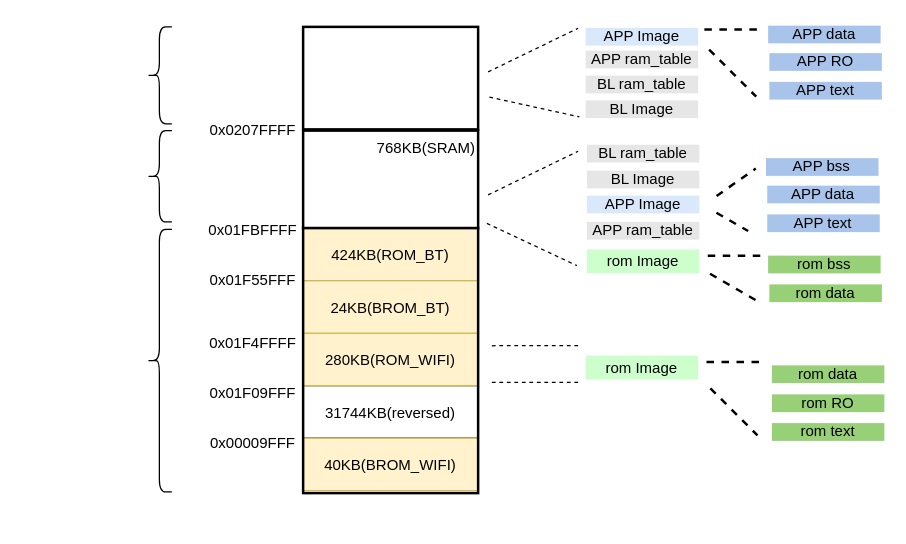
git4Chub/drawio_doc keeps this draw.io diagram as page "第 3 页" (3 of 4) of IoT rom化方案设计.drawio. Above is the earlier version. Source tidied: cells renumbered, new cells numbered last; positions are measured from the earlier drawing's top-left corner, leaving out a move shared by most shapes. Both pictures are drawn from the tidied source at 125%, with x=0, y=0 at pixel (146, 22).
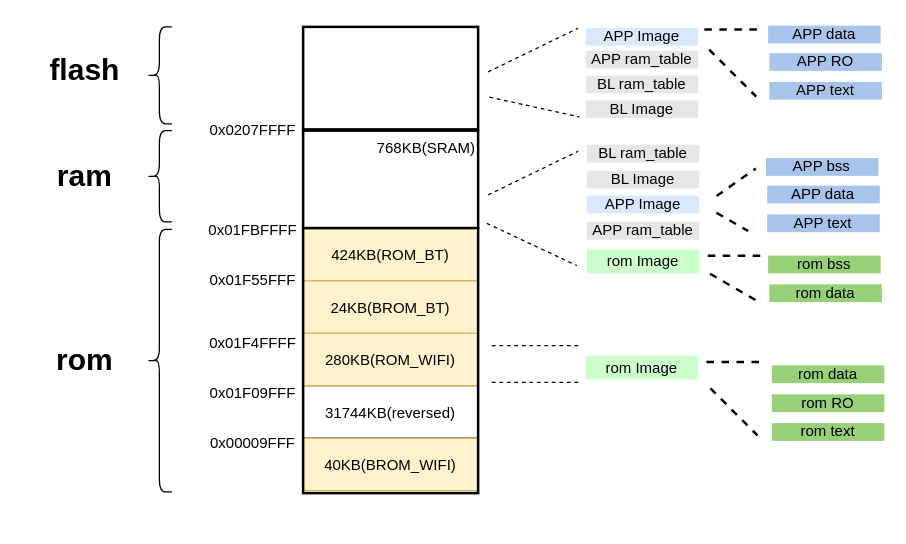
The same page after the edit.

What changed in the source:
```diff
@@
+    <mxCell id="58" value="flash" style="text;strokeColor=none;fillColor=none;html=1;fontSize=24;fontStyle=1;verticalAlign=middle;align=center;dashed=1;labelBackgroundColor=default;labelBorderColor=none;" parent="1" vertex="1">
+      <mxGeometry x="-100" y="18" width="100" height="40" as="geometry" />
+    </mxCell>
+    <mxCell id="59" value="ram" style="text;strokeColor=none;fillColor=none;html=1;fontSize=24;fontStyle=1;verticalAlign=middle;align=center;dashed=1;labelBackgroundColor=default;labelBorderColor=none;" parent="1" vertex="1">
+      <mxGeometry x="-100" y="102.5" width="100" height="40" as="geometry" />
+    </mxCell>
+    <mxCell id="60" value="rom" style="text;strokeColor=none;fillColor=none;html=1;fontSize=24;fontStyle=1;verticalAlign=middle;align=center;dashed=1;labelBackgroundColor=default;labelBorderColor=none;" parent="1" vertex="1">
+      <mxGeometry x="-100" y="250" width="100" height="40" as="geometry" />
+    </mxCell>
```
